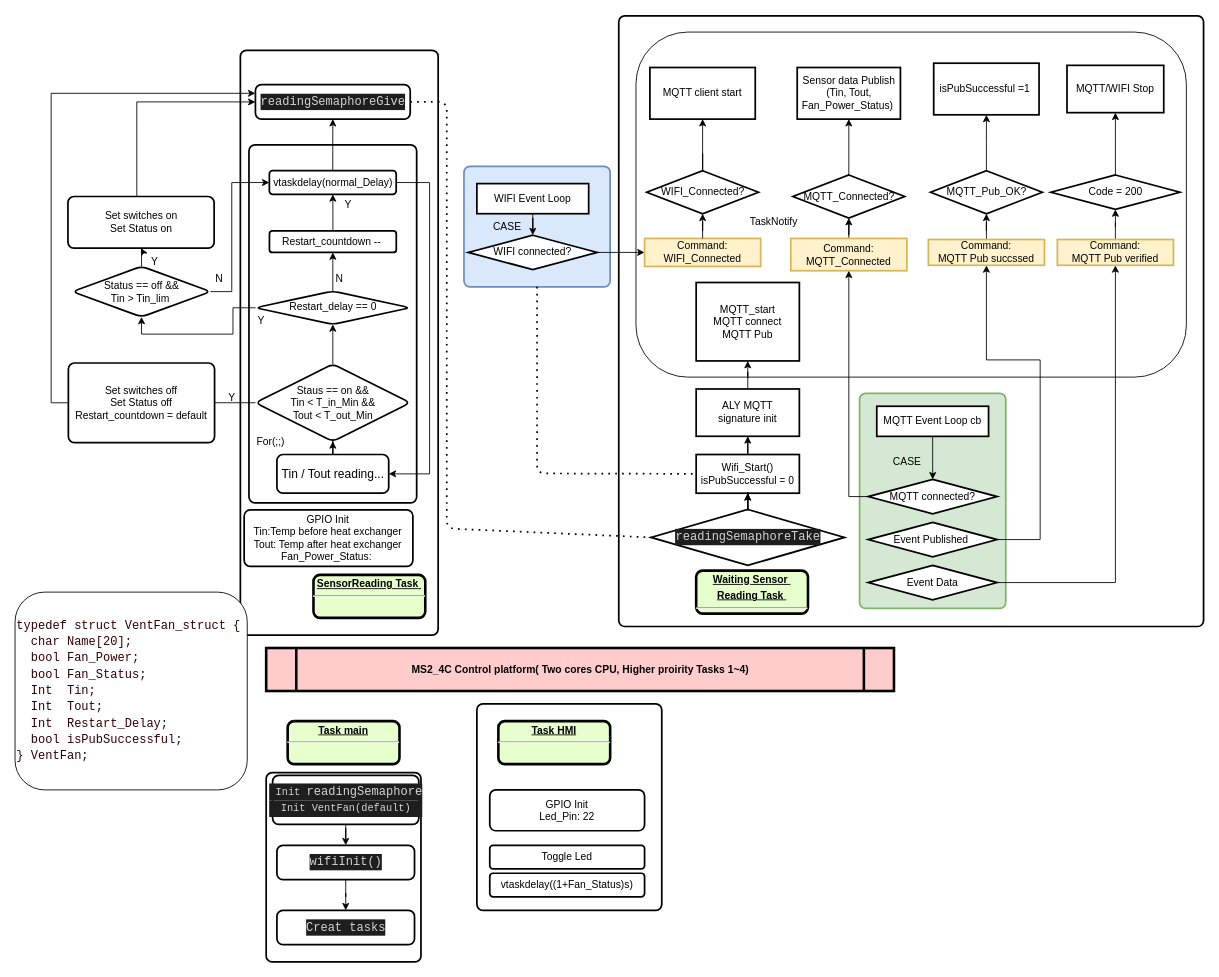
Above: vent_control.drawio in kartwu/vent_control (draw.io), before the change. Source tidied: cells renumbered, new cells numbered last; positions are measured from the earlier drawing's top-left corner, leaving out a move shared by most shapes. Both pictures are drawn from the tidied source at 86%, with x=0, y=0 at pixel (15, 15).
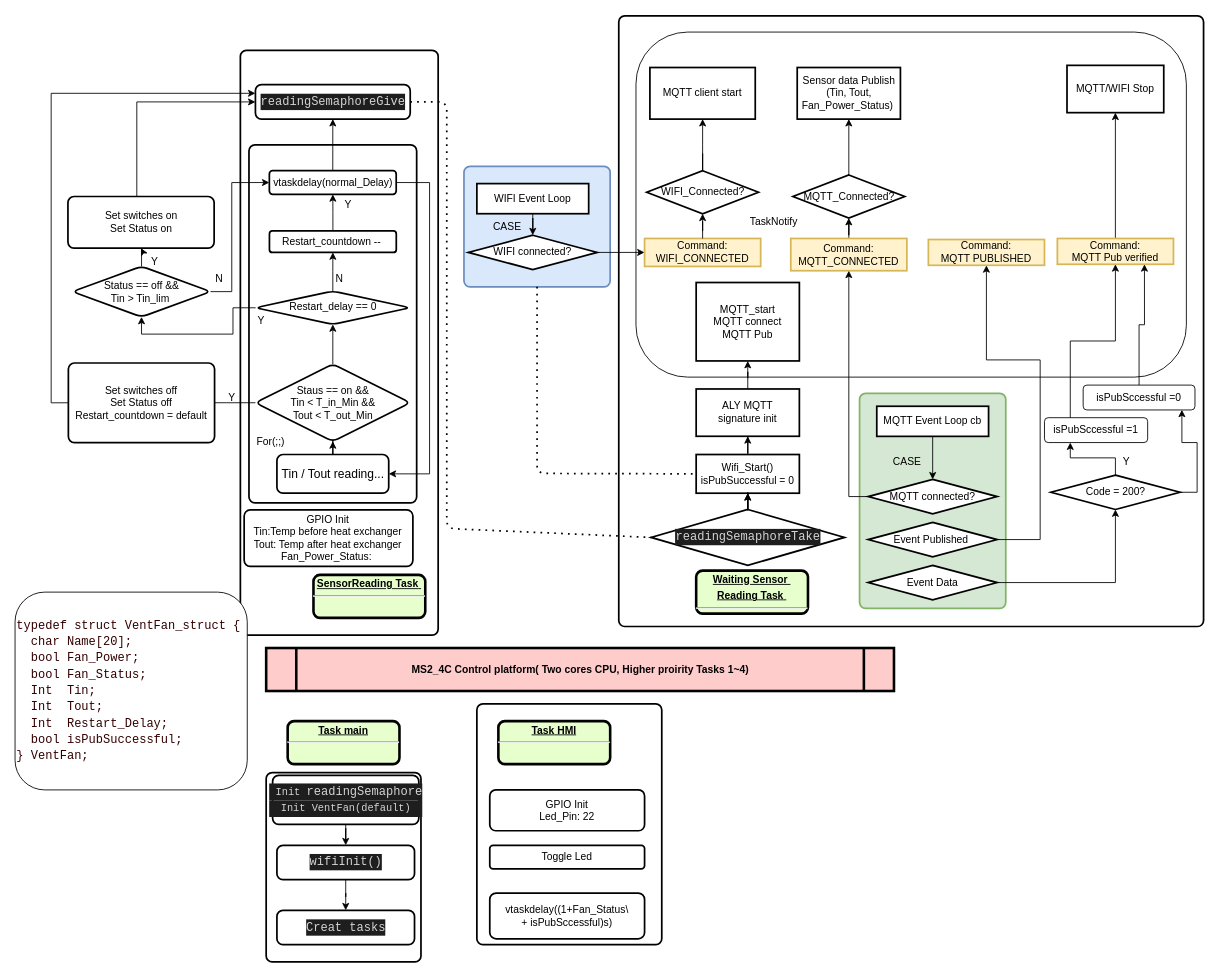
The same diagram, later.

The change refers to these unchanged cells:
```xml
<mxCell id="43" value="Event Data" style="rhombus;whiteSpace=wrap;html=1;strokeWidth=2;" parent="1" vertex="1">
  <mxGeometry x="992" y="638.9" width="150" height="40" as="geometry" />
</mxCell>
<mxCell id="90" value="&lt;span&gt;MQTT/WIFI Stop&lt;/span&gt;" style="whiteSpace=wrap;html=1;strokeWidth=2;" parent="1" vertex="1">
  <mxGeometry x="1223.2" y="57.5" width="112.5" height="55" as="geometry" />
</mxCell>
```

Change to the diagram source:
```diff
@@
     <mxCell id="2" style="rounded=1;whiteSpace=wrap;html=1;absoluteArcSize=1;arcSize=14;strokeWidth=2;" parent="1" vertex="1">
-      <mxGeometry x="537" y="800" width="215" height="240" as="geometry" />
+      <mxGeometry x="537" y="800" width="215" height="280" as="geometry" />
     </mxCell>
@@
-    <mxCell id="29" value="Command:&lt;br&gt;WIFI_Connected" style="whiteSpace=wrap;html=1;strokeWidth=2;fillColor=#fff2cc;strokeColor=#d6b656;" parent="1" vertex="1">
+    <mxCell id="29" value="Command:&lt;br&gt;WIFI_CONNECTED" style="whiteSpace=wrap;html=1;strokeWidth=2;fillColor=#fff2cc;strokeColor=#d6b656;" parent="1" vertex="1">
       <mxGeometry x="732" y="258.8" width="135" height="32.5" as="geometry" />
     </mxCell>
@@
-    <mxCell id="33" value="Command:&lt;br&gt;MQTT_Connected" style="whiteSpace=wrap;html=1;strokeWidth=2;fillColor=#fff2cc;strokeColor=#d6b656;" parent="1" vertex="1">
+    <mxCell id="33" value="Command:&lt;br&gt;MQTT_CONNECTED" style="whiteSpace=wrap;html=1;strokeWidth=2;fillColor=#fff2cc;strokeColor=#d6b656;" parent="1" vertex="1">
       <mxGeometry x="902" y="258.8" width="135" height="37.5" as="geometry" />
     </mxCell>
@@
-    <mxCell id="42" style="edgeStyle=orthogonalEdgeStyle;rounded=0;jettySize=auto;html=1;exitX=1;exitY=0.5;exitDx=0;exitDy=0;entryX=0.5;entryY=1;entryDx=0;entryDy=0;" parent="1" edge="1" source="43" target="89">
-      <mxGeometry relative="1" as="geometry">
-        <Array as="points">
-          <mxPoint x="1280" y="659" />
-        </Array>
-      </mxGeometry>
-    </mxCell>
+    <mxCell id="101" style="edgeStyle=orthogonalEdgeStyle;rounded=0;jettySize=auto;html=1;entryX=0.5;entryY=1;entryDx=0;entryDy=0;" parent="1" edge="1" source="43" target="45">
+      <mxGeometry relative="1" as="geometry" />
+    </mxCell>
@@
-    <mxCell id="44" style="edgeStyle=orthogonalEdgeStyle;rounded=0;jettySize=auto;html=1;" parent="1" edge="1" source="45" target="90">
-      <mxGeometry relative="1" as="geometry" />
-    </mxCell>
+    <mxCell id="102" style="edgeStyle=orthogonalEdgeStyle;rounded=0;jettySize=auto;html=1;entryX=0.25;entryY=1;entryDx=0;entryDy=0;" parent="1" edge="1" source="45" target="106">
+      <mxGeometry relative="1" as="geometry" />
+    </mxCell>
+    <mxCell id="103" style="edgeStyle=orthogonalEdgeStyle;rounded=0;jettySize=auto;html=1;entryX=0.883;entryY=0.993;entryDx=0;entryDy=0;entryPerimeter=0;exitX=1;exitY=0.5;exitDx=0;exitDy=0;" parent="1" edge="1" source="45" target="107">
+      <mxGeometry relative="1" as="geometry" />
+    </mxCell>
-    <mxCell id="45" value="Code = 200" style="rhombus;whiteSpace=wrap;html=1;strokeWidth=2;" parent="1" vertex="1">
-      <mxGeometry x="1204.5" y="185" width="150" height="40" as="geometry" />
+    <mxCell id="45" value="Code = 200?" style="rhombus;whiteSpace=wrap;html=1;strokeWidth=2;" parent="1" vertex="1">
+      <mxGeometry x="1204.5" y="533.9" width="150" height="40" as="geometry" />
     </mxCell>
-    <mxCell id="46" style="edgeStyle=orthogonalEdgeStyle;rounded=0;jettySize=auto;html=1;" parent="1" edge="1" source="47" target="57">
-      <mxGeometry relative="1" as="geometry" />
-    </mxCell>
-    <mxCell id="47" value="Command:&lt;br&gt;MQTT Pub succssed" style="whiteSpace=wrap;html=1;strokeWidth=2;fillColor=#fff2cc;strokeColor=#d6b656;" parent="1" vertex="1">
+    <mxCell id="47" value="Command:&lt;br&gt;MQTT PUBLISHED" style="whiteSpace=wrap;html=1;strokeWidth=2;fillColor=#fff2cc;strokeColor=#d6b656;" parent="1" vertex="1">
       <mxGeometry x="1062" y="260" width="135" height="30" as="geometry" />
     </mxCell>
@@
-    <mxCell id="56" style="edgeStyle=orthogonalEdgeStyle;rounded=0;jettySize=auto;html=1;" parent="1" edge="1" source="57" target="58">
-      <mxGeometry relative="1" as="geometry" />
-    </mxCell>
-    <mxCell id="57" value="MQTT_Pub_OK?" style="rhombus;whiteSpace=wrap;html=1;strokeWidth=2;" parent="1" vertex="1">
-      <mxGeometry x="1064.5" y="180" width="130" height="50" as="geometry" />
-    </mxCell>
-    <mxCell id="58" value="isPubSuccessful =1&amp;nbsp;" style="whiteSpace=wrap;html=1;strokeWidth=2;" parent="1" vertex="1">
-      <mxGeometry x="1068.2" y="55" width="122.5" height="60" as="geometry" />
-    </mxCell>
@@
-    <mxCell id="78" value="vtaskdelay((1+Fan_Status)s)" style="whiteSpace=wrap;html=1;rounded=1;strokeWidth=2;arcSize=14;" parent="1" vertex="1">
-      <mxGeometry x="552" y="996.9" width="180" height="27.5" as="geometry" />
+    <mxCell id="78" value="vtaskdelay((1+Fan_Status\&lt;br&gt;+ isPubSccessful)s)" style="whiteSpace=wrap;html=1;rounded=1;strokeWidth=2;arcSize=14;" parent="1" vertex="1">
+      <mxGeometry x="552" y="1020" width="180" height="53.1" as="geometry" />
     </mxCell>
@@
-    <mxCell id="88" style="edgeStyle=orthogonalEdgeStyle;rounded=0;jettySize=auto;html=1;" parent="1" edge="1" source="89" target="45">
-      <mxGeometry relative="1" as="geometry" />
-    </mxCell>
+    <mxCell id="104" style="edgeStyle=orthogonalEdgeStyle;rounded=0;jettySize=auto;html=1;entryX=0.5;entryY=1;entryDx=0;entryDy=0;" parent="1" edge="1" source="89" target="90">
+      <mxGeometry relative="1" as="geometry" />
+    </mxCell>
     <mxCell id="89" value="Command:&lt;br&gt;MQTT Pub verified" style="whiteSpace=wrap;html=1;strokeWidth=2;fillColor=#fff2cc;strokeColor=#d6b656;" parent="1" vertex="1">
-      <mxGeometry x="1212" y="260" width="135" height="30" as="geometry" />
+      <mxGeometry x="1212" y="258.8" width="135" height="30" as="geometry" />
     </mxCell>
@@
+    <mxCell id="105" value="Y" style="text;html=1;align=center;verticalAlign=middle;" parent="1" vertex="1">
+      <mxGeometry x="1282" y="508.9" width="20" height="20" as="geometry" />
+    </mxCell>
+    <mxCell id="106" value="isPubSccessful =1" style="rounded=1;whiteSpace=wrap;html=1;" parent="1" vertex="1">
+      <mxGeometry x="1197" y="467.2" width="120" height="28.9" as="geometry" />
+    </mxCell>
+    <mxCell id="107" value="isPubSccessful =0" style="rounded=1;whiteSpace=wrap;html=1;" parent="1" vertex="1">
+      <mxGeometry x="1242" y="429.3" width="130" height="28.9" as="geometry" />
+    </mxCell>
+    <mxCell id="108" style="edgeStyle=orthogonalEdgeStyle;rounded=0;jettySize=auto;html=1;entryX=0.5;entryY=1;entryDx=0;entryDy=0;exitX=0.25;exitY=0;exitDx=0;exitDy=0;" parent="1" edge="1" source="106" target="89">
+      <mxGeometry relative="1" as="geometry" />
+    </mxCell>
+    <mxCell id="109" style="edgeStyle=orthogonalEdgeStyle;rounded=0;jettySize=auto;html=1;entryX=0.75;entryY=1;entryDx=0;entryDy=0;exitX=0.5;exitY=0;exitDx=0;exitDy=0;" parent="1" edge="1" source="107" target="89">
+      <mxGeometry relative="1" as="geometry" />
+    </mxCell>
```
